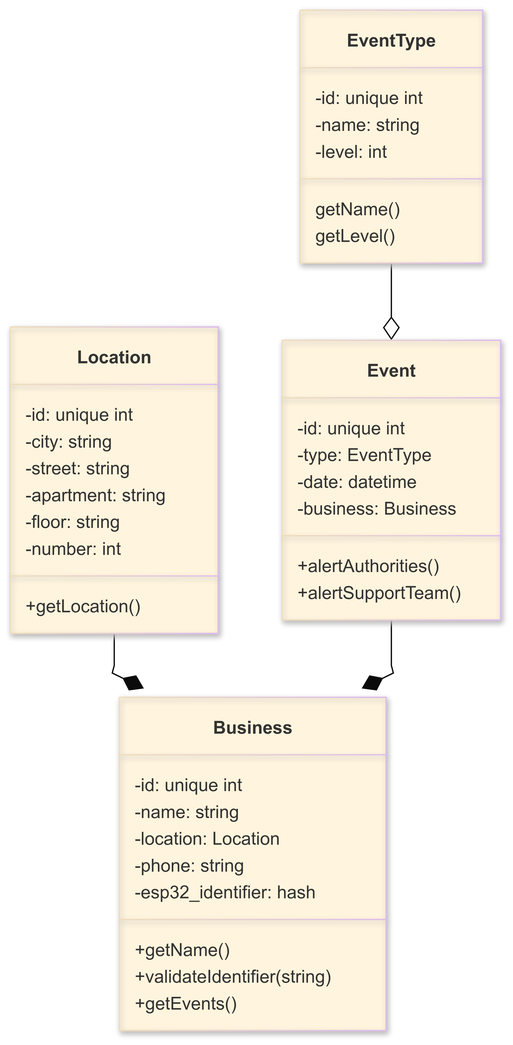
The Mermaid diagram docs/diagrams/export/emergency-response-system-object-model.png in alexandrubunea/iot-emergency-response-system, before a commit. Its source is kept beside it as docs/diagrams/emergency-response-system-object-model.mmd. The source it was exported from:
```mermaid
---
config:
  theme: base
---
classDiagram
    class Location {
        -id: unique int
        -city: string
        -street: string
        -apartment: string
        -floor: string
        -number: int
        +getLocation()
    }
    class Business {
        -id: unique int
        -name: string
        -location: Location
        -phone: string
        -esp32_identifier: hash
        +getName()
        +validateIdentifier(string)
        +getEvents()
    }
    Location --* Business
    class EventType {
        -id: unique int
        -name: string
        -level: int
        getName()
        getLevel()
    }
    class Event {
        -id: unique int
        -type: EventType
        -date: datetime
        -business: Business
        +alertAuthorities()
        +alertSupportTeam()
    }
    EventType --o Event
    Event --* Business
```
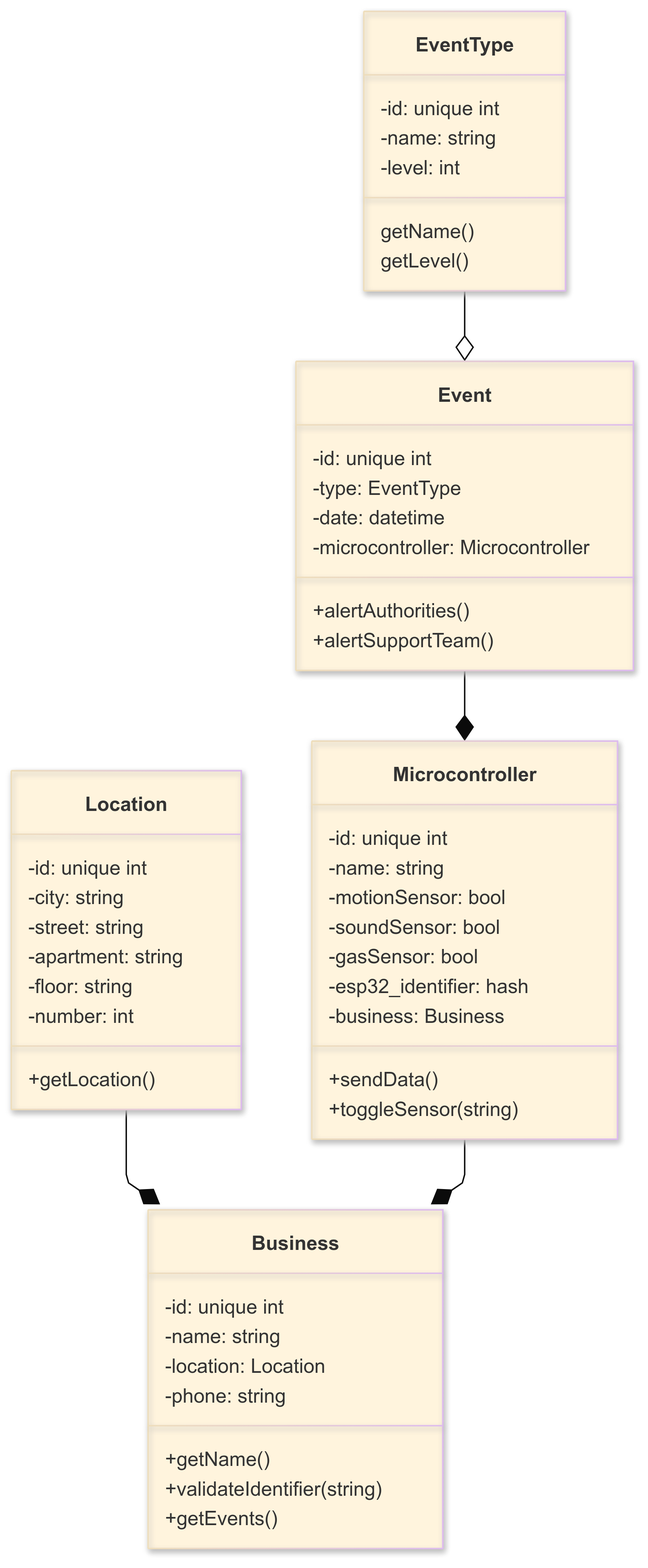
After the commit.

Commit message:
(docs): update object diagram

What changed in the source:
```diff
@@ -12,12 +12,22 @@
         -number: int
         +getLocation()
     }
+    class Microcontroller {
+        -id: unique int
+        -name: string
+        -motionSensor: bool
+        -soundSensor: bool
+        -gasSensor: bool
+        -esp32_identifier: hash
+        -business: Business
+        +sendData()
+        +toggleSensor(string)
+    }
     class Business {
         -id: unique int
         -name: string
         -location: Location
         -phone: string
-        -esp32_identifier: hash
         +getName()
         +validateIdentifier(string)
         +getEvents()
@@ -34,9 +44,10 @@
         -id: unique int
         -type: EventType
         -date: datetime
-        -business: Business
+        -microcontroller: Microcontroller
         +alertAuthorities()
         +alertSupportTeam()
     }
     EventType --o Event
-    Event --* Business
+    Event --* Microcontroller
+    Microcontroller --* Business
```
